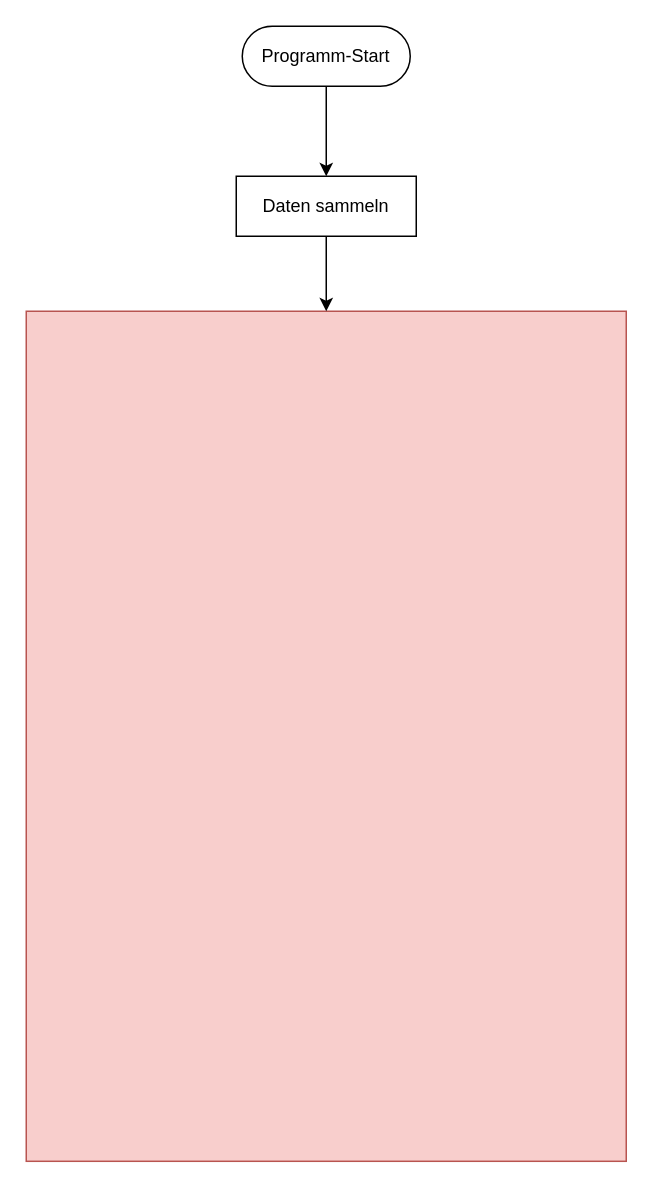
PlayWolfYT/M122 keeps this draw.io diagram as Projektauftrag/Verwaltung Benutzerkonten.drawio. Above is the earlier version. Source tidied: cells renumbered, new cells numbered last; positions are measured from the earlier drawing's top-left corner, leaving out a move shared by most shapes. Both pictures are drawn from the tidied source at 150%, with x=0, y=0 at pixel (26, 26).
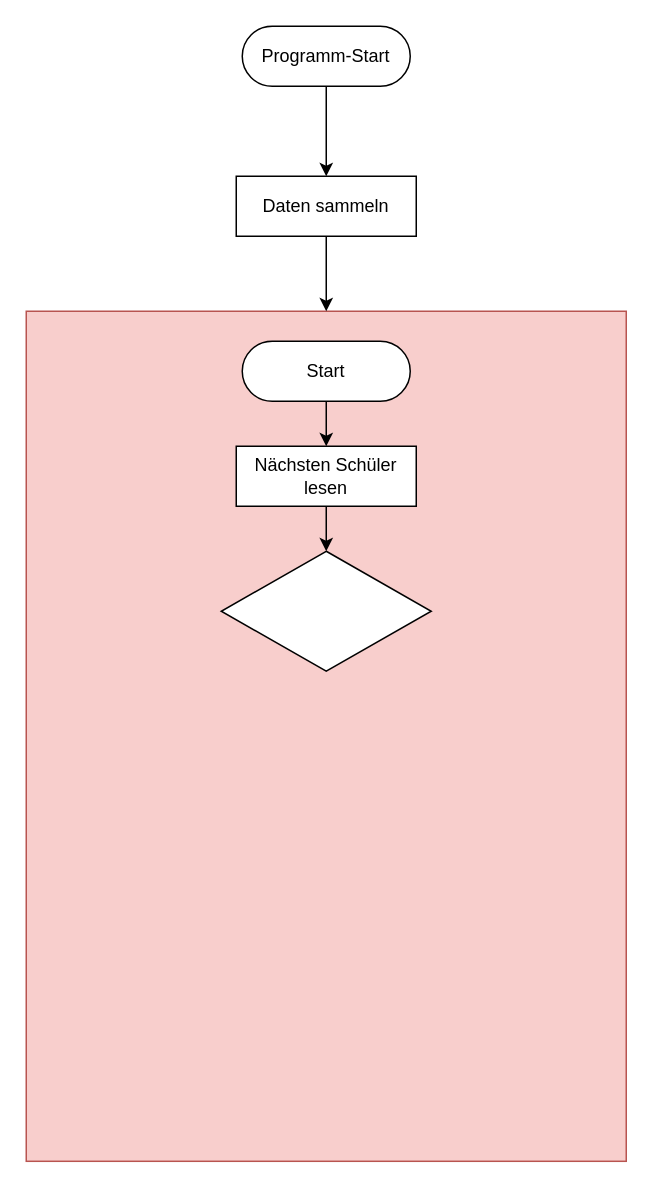
The same page after the edit.

What changed in the source:
```diff
@@
 <mxGraphModel>
   <root>
     <mxCell id="0" />
     <mxCell id="1" parent="0" />
     <mxCell id="2" style="rounded=0;whiteSpace=wrap;html=1;fillColor=#f8cecc;strokeColor=#b85450;" parent="1" vertex="1">
       <mxGeometry y="190" width="400" height="566.7" as="geometry" />
     </mxCell>
     <mxCell id="3" value="Programm-Start" style="rounded=1;whiteSpace=wrap;html=1;arcSize=50;" parent="1" vertex="1">
       <mxGeometry x="144" width="112" height="40" as="geometry" />
     </mxCell>
     <mxCell id="4" style="edgeStyle=orthogonalEdgeStyle;rounded=0;jettySize=auto;html=1;exitX=0.5;exitY=1;exitDx=0;exitDy=0;entryX=0.5;entryY=0;entryDx=0;entryDy=0;" parent="1" edge="1" source="3" target="6">
       <mxGeometry relative="1" as="geometry" />
     </mxCell>
     <mxCell id="5" style="edgeStyle=orthogonalEdgeStyle;rounded=0;jettySize=auto;html=1;exitX=0.5;exitY=1;exitDx=0;exitDy=0;entryX=0.5;entryY=0;entryDx=0;entryDy=0;" parent="1" edge="1" source="6" target="2">
       <mxGeometry relative="1" as="geometry" />
     </mxCell>
     <mxCell id="6" value="Daten sammeln" style="rounded=0;whiteSpace=wrap;html=1;" parent="1" vertex="1">
       <mxGeometry x="140" y="100" width="120" height="40" as="geometry" />
     </mxCell>
+    <mxCell id="7" style="edgeStyle=orthogonalEdgeStyle;rounded=0;jettySize=auto;html=1;exitX=0.5;exitY=1;exitDx=0;exitDy=0;entryX=0.5;entryY=0;entryDx=0;entryDy=0;" parent="1" edge="1" source="8" target="10">
+      <mxGeometry relative="1" as="geometry" />
+    </mxCell>
+    <mxCell id="8" value="Start" style="rounded=1;whiteSpace=wrap;html=1;arcSize=50;" parent="1" vertex="1">
+      <mxGeometry x="144" y="210" width="112" height="40" as="geometry" />
+    </mxCell>
+    <mxCell id="9" style="edgeStyle=orthogonalEdgeStyle;rounded=0;jettySize=auto;html=1;exitX=0.5;exitY=1;exitDx=0;exitDy=0;entryX=0.5;entryY=0;entryDx=0;entryDy=0;" parent="1" edge="1" source="10" target="11">
+      <mxGeometry relative="1" as="geometry" />
+    </mxCell>
+    <mxCell id="10" value="Nächsten Schüler lesen" style="rounded=0;whiteSpace=wrap;html=1;" parent="1" vertex="1">
+      <mxGeometry x="140" y="280" width="120" height="40" as="geometry" />
+    </mxCell>
+    <mxCell id="11" style="rhombus;whiteSpace=wrap;html=1;" parent="1" vertex="1">
+      <mxGeometry x="130" y="350" width="140" height="80" as="geometry" />
+    </mxCell>
   </root>
 </mxGraphModel>
```
